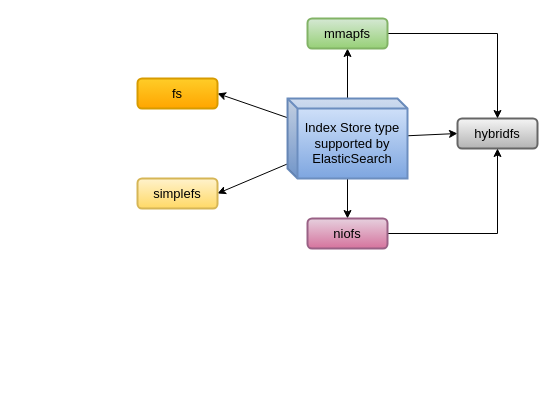
The draw.io diagram page "Index Store types" (1 of 6) of My Articles/elastic stack/Elastic Search Index Understanding.drawio in paramothers/books, before the edit. Source tidied: cells renumbered, new cells numbered last; positions are measured from the earlier drawing's top-left corner, leaving out a move shared by most shapes. Both pictures are drawn from the tidied source at 100%, with x=0, y=0 at pixel (137, 18).
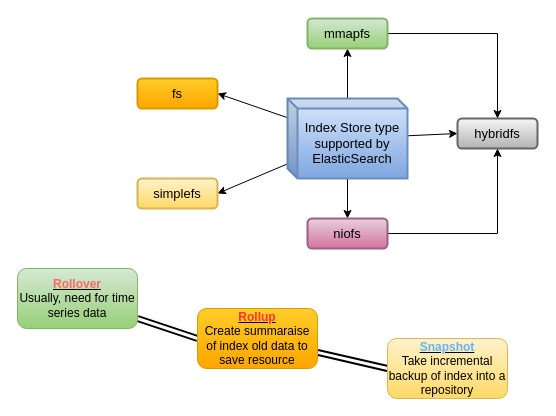
The same diagram, later.

Change to the diagram source:
```diff
@@
+    <mxCell id="15" style="edgeStyle=none;rounded=0;jettySize=auto;html=1;entryX=0;entryY=0.5;entryDx=0;entryDy=0;strokeWidth=2;endArrow=none;endFill=0;shape=link;" parent="1" edge="1" source="16" target="18">
+      <mxGeometry relative="1" as="geometry" />
+    </mxCell>
+    <mxCell id="16" value="&lt;u&gt;&lt;b&gt;&lt;font color=&quot;#ff6666&quot;&gt;Rollover&lt;/font&gt;&lt;/b&gt;&lt;/u&gt;&lt;br&gt;Usually, need for time series data" style="rounded=1;whiteSpace=wrap;html=1;gradientColor=#97d077;fillColor=#d5e8d4;strokeColor=#82b366;" parent="1" vertex="1">
+      <mxGeometry x="-120" y="250" width="120" height="60" as="geometry" />
+    </mxCell>
+    <mxCell id="17" style="edgeStyle=none;rounded=0;jettySize=auto;html=1;entryX=0;entryY=0.5;entryDx=0;entryDy=0;strokeWidth=2;endArrow=none;endFill=0;shape=link;" parent="1" edge="1" source="18" target="19">
+      <mxGeometry relative="1" as="geometry" />
+    </mxCell>
+    <mxCell id="18" value="&lt;b&gt;&lt;u&gt;&lt;font color=&quot;#ff3333&quot;&gt;Rollup&lt;/font&gt;&lt;/u&gt;&lt;/b&gt;&lt;br&gt;Create summaraise of index old data to save resource" style="rounded=1;whiteSpace=wrap;html=1;gradientColor=#ffa500;fillColor=#ffcd28;strokeColor=#d79b00;" parent="1" vertex="1">
+      <mxGeometry x="60" y="290" width="120" height="60" as="geometry" />
+    </mxCell>
+    <mxCell id="19" value="&lt;b&gt;&lt;u&gt;&lt;font color=&quot;#66b2ff&quot;&gt;Snapshot&lt;/font&gt;&lt;/u&gt;&lt;/b&gt;&lt;br&gt;Take incremental backup of index into a repository" style="rounded=1;whiteSpace=wrap;html=1;gradientColor=#ffd966;fillColor=#fff2cc;strokeColor=#d6b656;" parent="1" vertex="1">
+      <mxGeometry x="250" y="320" width="120" height="60" as="geometry" />
+    </mxCell>
```
